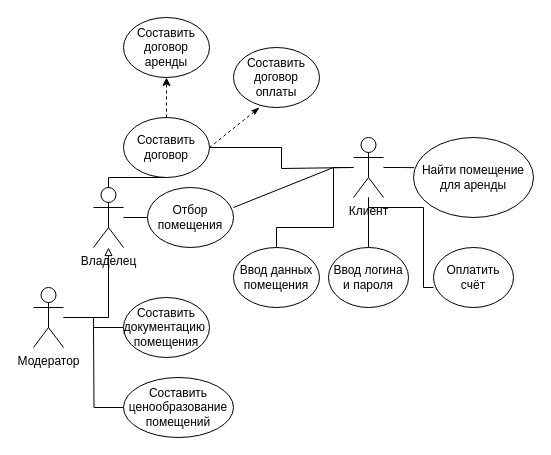
This is page "Отношения ассоциации" (1 of 4) of Диаграмма без названия.drawio from BariNiaz/Botai, a draw.io file, before an edit. Source tidied: cells renumbered, new cells numbered last; positions are measured from the earlier drawing's top-left corner, leaving out a move shared by most shapes. Both pictures are drawn from the tidied source at 100%, with x=0, y=0 at pixel (33, 17).
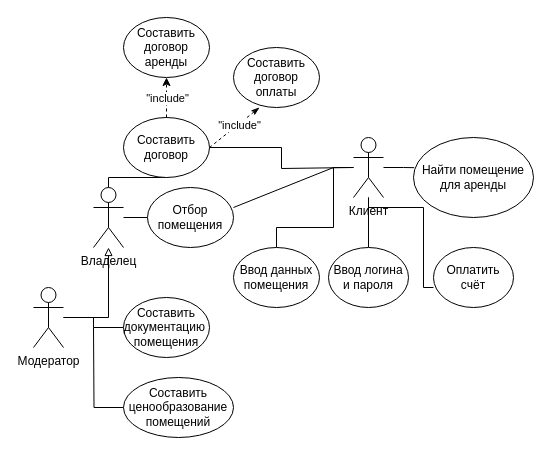
Above is the later version.

The change refers to these unchanged cells:
```xml
<mxCell id="18" value="Составить договор" style="ellipse;whiteSpace=wrap;html=1;" parent="1" vertex="1">
  <mxGeometry x="90" y="100" width="86" height="60" as="geometry" />
</mxCell>
<mxCell id="19" value="Составить договор&lt;br&gt;аренды" style="ellipse;whiteSpace=wrap;html=1;" parent="1" vertex="1">
  <mxGeometry x="90" width="86" height="60" as="geometry" />
</mxCell>
<mxCell id="21" style="endArrow=classicThin;html=1;rounded=0;exitX=1;exitY=0.5;exitDx=0;exitDy=0;dashed=1;endFill=1;" parent="1" edge="1" source="18">
  <mxGeometry relative="1" as="geometry">
    <mxPoint x="226" y="90" as="targetPoint" />
  </mxGeometry>
</mxCell>
```

What changed in the source:
```diff
@@
-    <mxCell id="17" style="edgeStyle=orthogonalEdgeStyle;rounded=0;jettySize=auto;html=1;dashed=1;" parent="1" edge="1" source="18" target="19">
-      <mxGeometry relative="1" as="geometry" />
-    </mxCell>
@@
+    <mxCell id="28" value="&quot;include&quot;" style="edgeLabel;html=1;align=center;verticalAlign=middle;" parent="21" vertex="1">
+      <mxGeometry x="0.17" y="-1" relative="1" as="geometry" />
+    </mxCell>
@@
+    <mxCell id="17" style="endArrow=classic;html=1;rounded=0;entryX=0.5;entryY=1;entryDx=0;entryDy=0;dashed=1;" parent="1" edge="1" source="18" target="19">
+      <mxGeometry relative="1" as="geometry" />
+    </mxCell>
+    <mxCell id="29" value="&quot;include&quot;" style="edgeLabel;html=1;align=center;verticalAlign=middle;" parent="17" vertex="1">
+      <mxGeometry relative="1" as="geometry" />
+    </mxCell>
```
